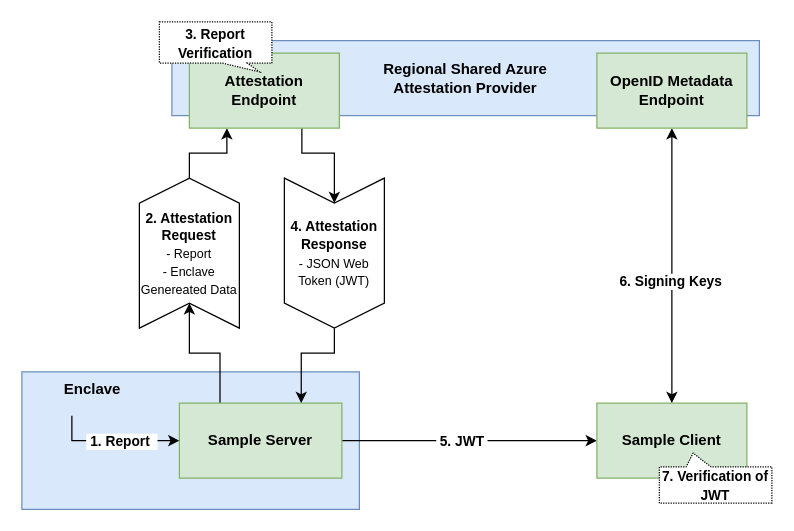
The draw.io diagram samples/azure_attestation/illustration.drawio in edgelesssys/ego, before the edit. Source tidied: cells renumbered, new cells numbered last; positions are measured from the earlier drawing's top-left corner, leaving out a move shared by most shapes. Both pictures are drawn from the tidied source at 125%, with x=0, y=0 at pixel (21, 21).
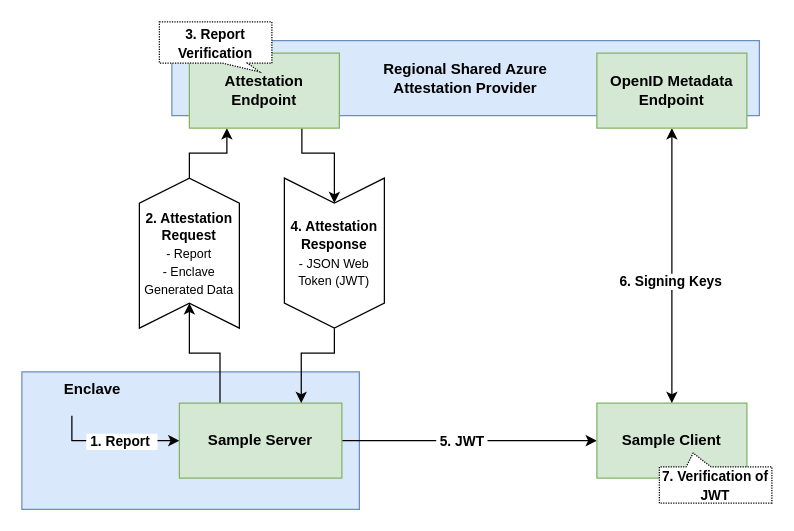
The same page after the edit.

Commit message (it also covers changes not shown here):
fix illustration typo

The edit, as a diff of the source:
```diff
@@
-    <mxCell id="10" value="&lt;b&gt;&lt;font style=&quot;font-size: 11px&quot;&gt;2. Attestation Request&lt;/font&gt;&lt;/b&gt;&lt;br&gt;&lt;font style=&quot;font-size: 10px&quot;&gt;- Report&lt;br&gt;- Enclave Genereated Data&lt;/font&gt;" style="shape=step;perimeter=stepPerimeter;whiteSpace=wrap;html=1;fixedSize=1;rotation=0;horizontal=1;direction=north;" parent="1" vertex="1">
+    <mxCell id="10" value="&lt;b&gt;&lt;font style=&quot;font-size: 11px&quot;&gt;2. Attestation Request&lt;/font&gt;&lt;/b&gt;&lt;br&gt;&lt;font style=&quot;font-size: 10px&quot;&gt;- Report&lt;br&gt;- Enclave Generated Data&lt;/font&gt;" style="shape=step;perimeter=stepPerimeter;whiteSpace=wrap;html=1;fixedSize=1;rotation=0;horizontal=1;direction=north;" parent="1" vertex="1">
       <mxGeometry x="94" y="125" width="80" height="120" as="geometry" />
     </mxCell>
```
